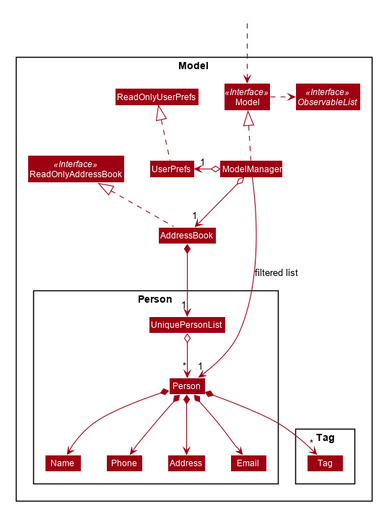
This is images/ModelClassDiagram.png from AY1920S1-CS2103T-T13-2/main, a PlantUML export, as it was before one commit.
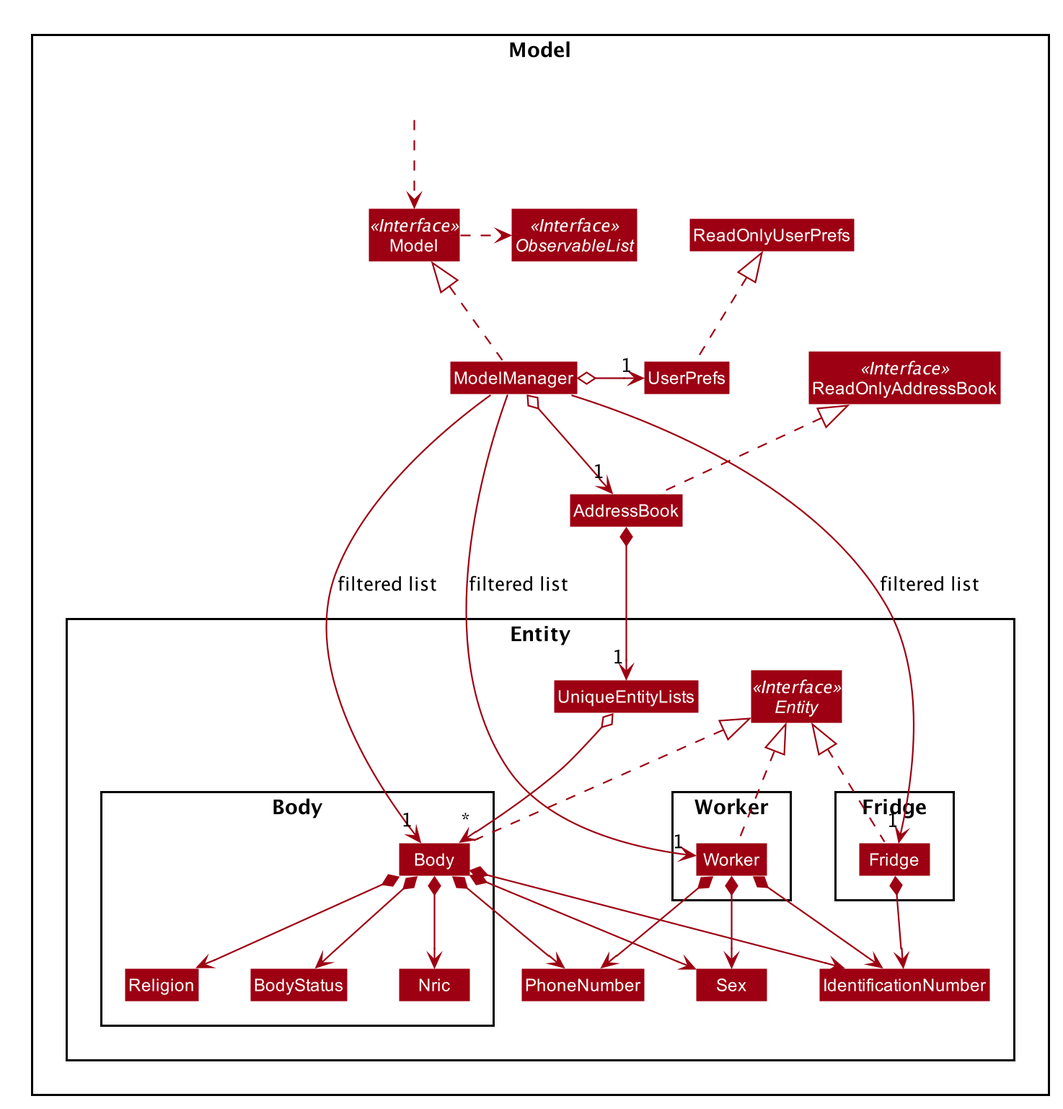
After the change.

What changed in the source:
```diff
@@ -62,17 +62,26 @@
 Class UserPrefs
 Class ReadOnlyUserPrefs
 
-Package Person {
-Class Person
-Class Address
-Class Email
-Class Name
-Class Phone
-Class UniquePersonList
+Package Entity {
+Interface Entity <<Interface>>
+Class UniqueEntityLists
+Class IdentificationNumber
+Class PhoneNumber
+Class Sex
+
+Package Worker {
+Class Worker
 }
 
-Package Tag {
-Class Tag
+Package Fridge {
+Class Fridge
+}
+
+Package Body {
+Class Body
+Class BodyStatus
+Class Nric
+Class Religion
 }
 }
 
@@ -87,17 +96,26 @@
 ModelManager o-left-> "1" UserPrefs
 UserPrefs .up.|> ReadOnlyUserPrefs
 
-AddressBook *--> "1" UniquePersonList
-UniquePersonList o--> "*" Person
-Person *--> Name
-Person *--> Phone
-Person *--> Email
-Person *--> Address
-Person *--> "*" Tag
+Body .up.|> Entity
+Worker .up.|> Entity
+Fridge .up.|> Entity
 
-Name -[hidden]right-> Phone
-Phone -[hidden]right-> Address
-Address -[hidden]right-> Email
+AddressBook *--> "1" UniqueEntityLists
+UniqueEntityLists o--> "*" Body
 
-ModelManager -->"1" Person : filtered list
+Body *--> BodyStatus
+Body *--> Nric
+Body *--> Religion
+Body *--> IdentificationNumber
+Body *--> Sex
+Body *--> PhoneNumber
+Worker *--> IdentificationNumber
+Worker *--> Sex
+Worker *--> PhoneNumber
+Fridge *--> IdentificationNumber
+
+ModelManager -->"1" Body : filtered list
+ModelManager -->"1" Worker : filtered list
+ModelManager -->"1" Fridge : filtered list
+
 @enduml
```
